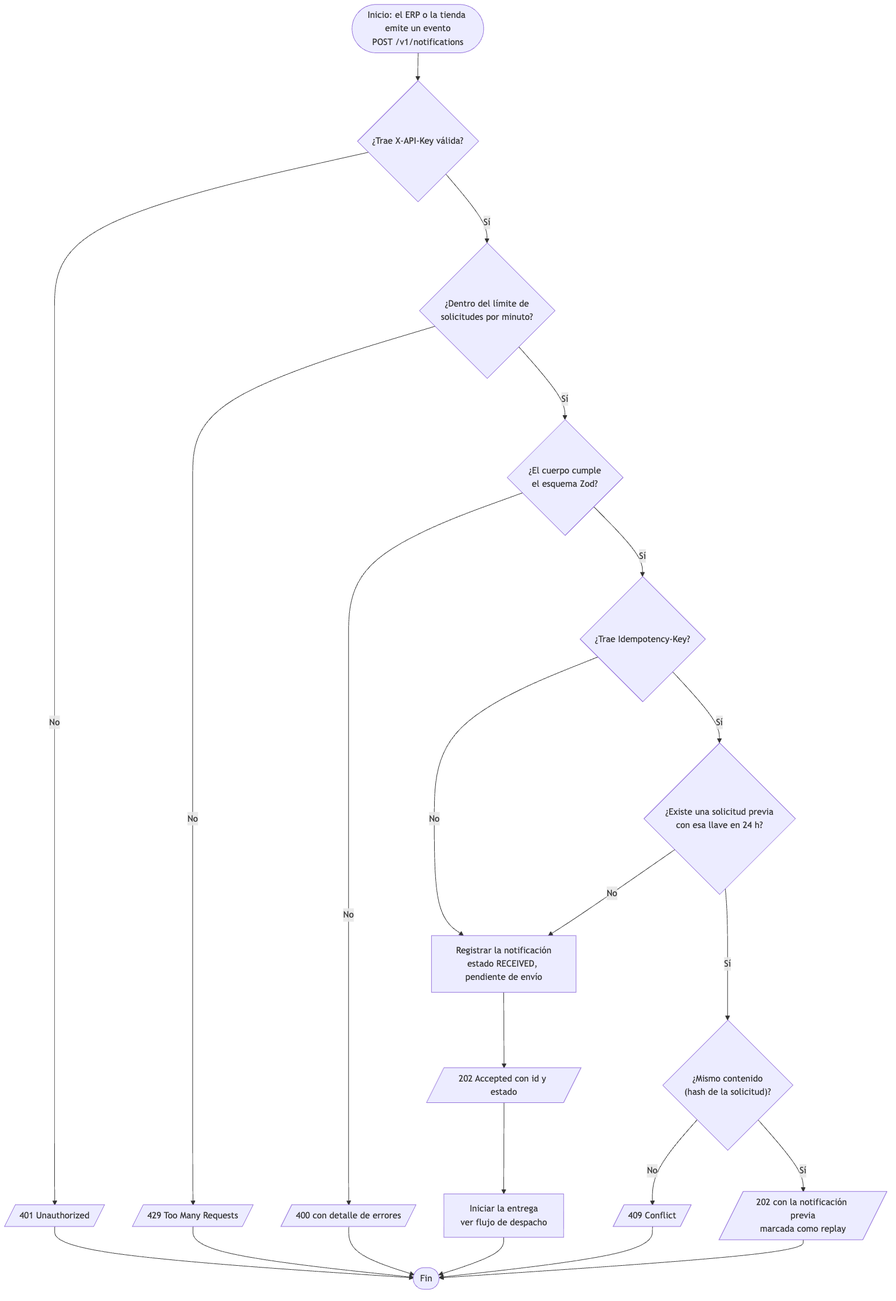
Earlier version of the Mermaid export docs/diagrams/render/09-flujo-recepcion.png (joseraulsoriano/notifyhub). Its source is kept beside it as docs/diagrams/09-flujo-recepcion.mmd.
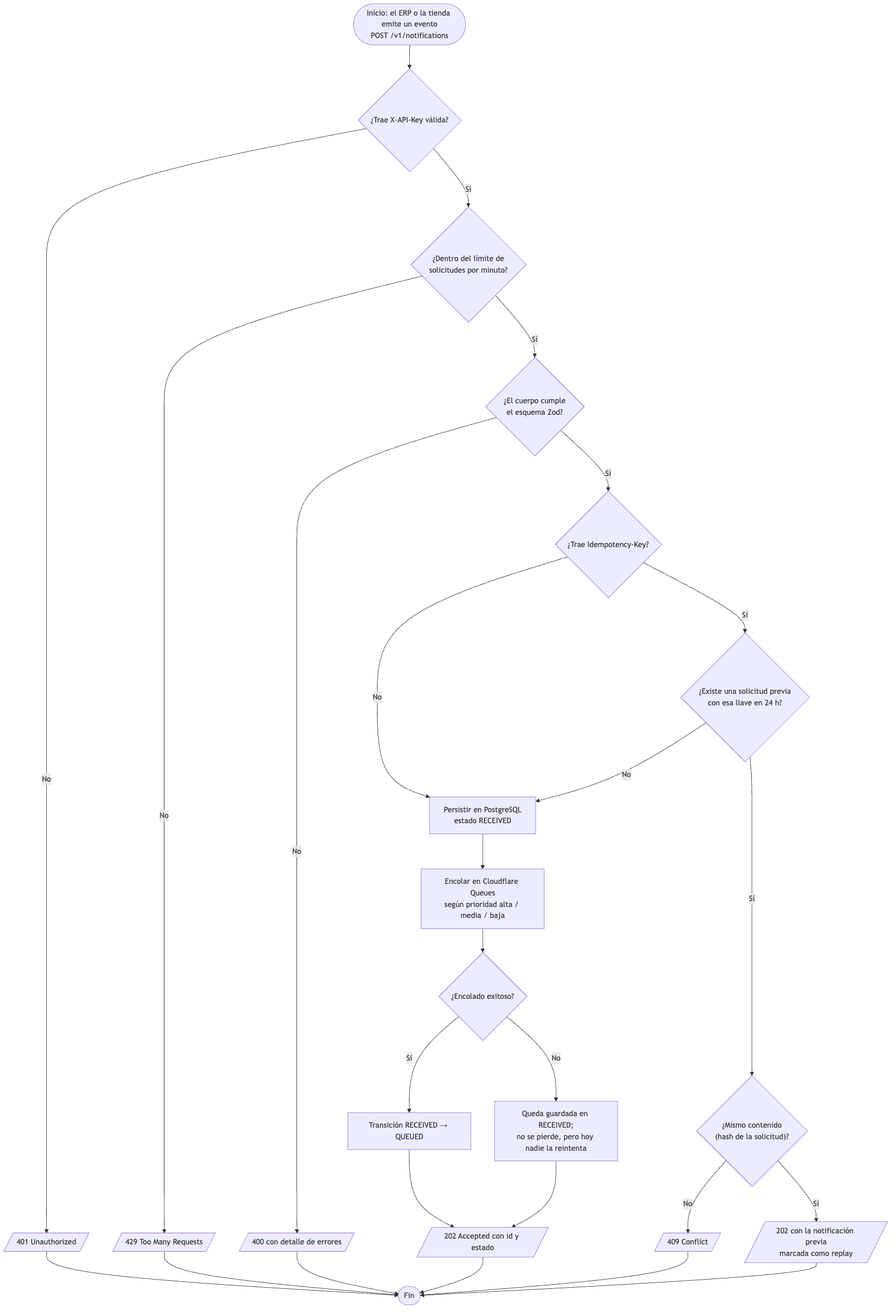
The same file after the commit.

The edit, as a diff of the source:
```diff
@@ -12,5 +12,7 @@
   F -- Sí --> G{"¿Mismo contenido<br/>(hash de la solicitud)?"}
   G -- No --> G1[/409 Conflict/] --> Z
   G -- Sí --> G2[/202 con la notificación previa<br/>marcada como replay/] --> Z
-  H[Registrar la notificación<br/>estado RECEIVED, pendiente de envío] --> L[/202 Accepted con id y estado/]
-  L --> K[Iniciar la entrega<br/>ver flujo de despacho] --> Z
+  H[Persistir en PostgreSQL<br/>estado RECEIVED] --> I[Encolar en Cloudflare Queues<br/>según prioridad alta / media / baja]
+  I --> J{¿Encolado exitoso?}
+  J -- Sí --> K[Transición RECEIVED → QUEUED] --> L[/202 Accepted con id y estado/] --> Z
+  J -- No --> M[Queda guardada en RECEIVED;<br/>no se pierde, pero hoy nadie la reintenta] --> L
```
